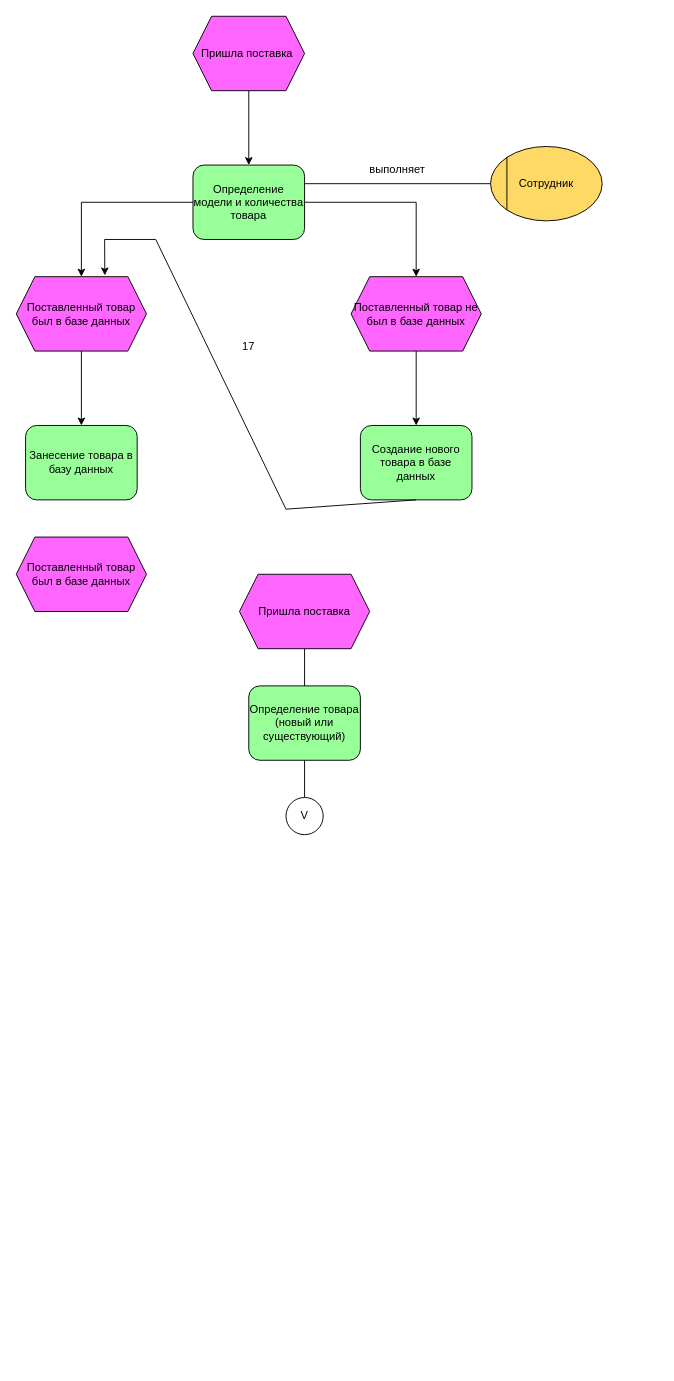
Before: Алгоритмическая модель.drawio in marsek4/ssp, a draw.io diagram. Source tidied: cells renumbered, new cells numbered last; positions are measured from the earlier drawing's top-left corner, leaving out a move shared by most shapes. Both pictures are drawn from the tidied source at 93%, with x=0, y=0 at pixel (16, 16).
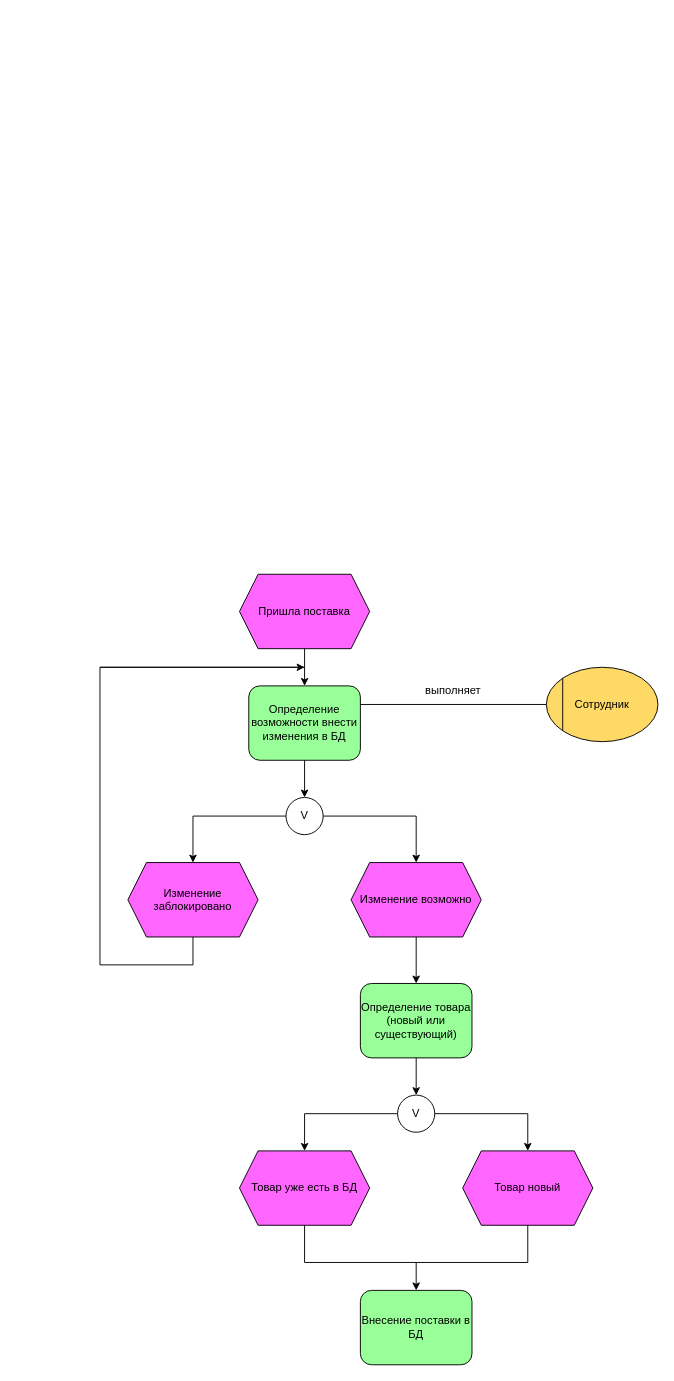
The same page after the edit.

What changed in the source:
```diff
@@
-    <mxCell id="2" value="Пришла поставка&amp;nbsp;" style="shape=hexagon;perimeter=hexagonPerimeter2;whiteSpace=wrap;html=1;fixedSize=1;fillColor=#FF66FF;strokeColor=#000000;" parent="1" vertex="1">
-      <mxGeometry x="190" width="120" height="80" as="geometry" />
-    </mxCell>
-    <mxCell id="3" style="endArrow=classic;html=1;rounded=0;exitX=0.5;exitY=1;exitDx=0;exitDy=0;" parent="1" edge="1" source="2">
-      <mxGeometry relative="1" as="geometry">
-        <mxPoint x="250" y="160" as="targetPoint" />
-      </mxGeometry>
-    </mxCell>
-    <mxCell id="4" value="Занесение товара в базу данных" style="rounded=1;whiteSpace=wrap;html=1;fillColor=#99FF99;" parent="1" vertex="1">
-      <mxGeometry x="10" y="440" width="120" height="80" as="geometry" />
-    </mxCell>
-    <mxCell id="5" value="Поставленный товар был в базе данных" style="shape=hexagon;perimeter=hexagonPerimeter2;whiteSpace=wrap;html=1;fixedSize=1;fillColor=#FF66FF;" parent="1" vertex="1">
-      <mxGeometry y="280" width="140" height="80" as="geometry" />
-    </mxCell>
-    <mxCell id="6" value="Определение модели и количества товара" style="rounded=1;whiteSpace=wrap;html=1;fillColor=#99FF99;" parent="1" vertex="1">
-      <mxGeometry x="190" y="160" width="120" height="80" as="geometry" />
-    </mxCell>
-    <mxCell id="7" style="endArrow=classic;html=1;rounded=0;entryX=0.5;entryY=0;entryDx=0;entryDy=0;exitX=0;exitY=0.5;exitDx=0;exitDy=0;" parent="1" edge="1" source="6" target="5">
-      <mxGeometry relative="1" as="geometry">
-        <Array as="points">
-          <mxPoint x="70" y="200" />
-        </Array>
-      </mxGeometry>
-    </mxCell>
-    <mxCell id="8" value="Поставленный товар не был в базе данных" style="shape=hexagon;perimeter=hexagonPerimeter2;whiteSpace=wrap;html=1;fixedSize=1;fillColor=#FF66FF;" parent="1" vertex="1">
-      <mxGeometry x="360" y="280" width="140" height="80" as="geometry" />
-    </mxCell>
-    <mxCell id="9" style="endArrow=classic;html=1;rounded=0;entryX=0.5;entryY=0;entryDx=0;entryDy=0;exitX=1;exitY=0.5;exitDx=0;exitDy=0;" parent="1" edge="1" source="6" target="8">
-      <mxGeometry relative="1" as="geometry">
-        <Array as="points">
-          <mxPoint x="430" y="200" />
-        </Array>
-      </mxGeometry>
-    </mxCell>
-    <mxCell id="10" style="endArrow=classic;html=1;rounded=0;exitX=0.5;exitY=1;exitDx=0;exitDy=0;entryX=0.5;entryY=0;entryDx=0;entryDy=0;" parent="1" edge="1" source="5" target="4">
-      <mxGeometry relative="1" as="geometry" />
-    </mxCell>
-    <mxCell id="11" value="Создание нового товара в базе данных" style="rounded=1;whiteSpace=wrap;html=1;fillColor=#99FF99;" parent="1" vertex="1">
-      <mxGeometry x="370" y="440" width="120" height="80" as="geometry" />
-    </mxCell>
-    <mxCell id="12" style="endArrow=classic;html=1;rounded=0;exitX=0.5;exitY=1;exitDx=0;exitDy=0;entryX=0.5;entryY=0;entryDx=0;entryDy=0;" parent="1" edge="1" source="8" target="11">
-      <mxGeometry relative="1" as="geometry" />
-    </mxCell>
+    <mxCell id="17" style="ellipse;whiteSpace=wrap;html=1;" parent="1" vertex="1">
+      <mxGeometry x="290" y="840" width="40" height="40" as="geometry" />
+    </mxCell>
+    <mxCell id="21" value="Пришла поставка" style="shape=hexagon;perimeter=hexagonPerimeter2;whiteSpace=wrap;html=1;fixedSize=1;fillColor=#FF66FF;" parent="1" vertex="1">
+      <mxGeometry x="240" y="600" width="140" height="80" as="geometry" />
+    </mxCell>
+    <mxCell id="22" value="Определение возможности внести изменения в БД" style="rounded=1;whiteSpace=wrap;html=1;fillColor=#99FF99;" parent="1" vertex="1">
+      <mxGeometry x="250" y="720" width="120" height="80" as="geometry" />
+    </mxCell>
+    <mxCell id="24" value="V" style="text;html=1;strokeColor=none;fillColor=none;align=center;verticalAlign=middle;whiteSpace=wrap;rounded=0;" parent="1" vertex="1">
+      <mxGeometry x="280" y="845" width="60" height="30" as="geometry" />
+    </mxCell>
+    <mxCell id="26" value="Определение товара&lt;br&gt;(новый или существующий)" style="rounded=1;whiteSpace=wrap;html=1;fillColor=#99FF99;" parent="1" vertex="1">
+      <mxGeometry x="370" y="1040" width="120" height="80" as="geometry" />
+    </mxCell>
+    <mxCell id="27" value="Изменение заблокировано" style="shape=hexagon;perimeter=hexagonPerimeter2;whiteSpace=wrap;html=1;fixedSize=1;fillColor=#FF66FF;" parent="1" vertex="1">
+      <mxGeometry x="120" y="910" width="140" height="80" as="geometry" />
+    </mxCell>
+    <mxCell id="28" value="Изменение возможно" style="shape=hexagon;perimeter=hexagonPerimeter2;whiteSpace=wrap;html=1;fixedSize=1;fillColor=#FF66FF;" parent="1" vertex="1">
+      <mxGeometry x="360" y="910" width="140" height="80" as="geometry" />
+    </mxCell>
+    <mxCell id="29" style="endArrow=none;html=1;rounded=0;exitX=0.5;exitY=1;exitDx=0;exitDy=0;" parent="1" edge="1" source="27">
+      <mxGeometry relative="1" as="geometry">
+        <mxPoint x="310" y="700" as="targetPoint" />
+        <Array as="points">
+          <mxPoint x="190" y="1020" />
+          <mxPoint x="90" y="1020" />
+          <mxPoint x="90" y="700" />
+        </Array>
+      </mxGeometry>
+    </mxCell>
+    <mxCell id="30" style="ellipse;whiteSpace=wrap;html=1;" parent="1" vertex="1">
+      <mxGeometry x="410" y="1160" width="40" height="40" as="geometry" />
+    </mxCell>
+    <mxCell id="31" value="V" style="text;html=1;strokeColor=none;fillColor=none;align=center;verticalAlign=middle;whiteSpace=wrap;rounded=0;" parent="1" vertex="1">
+      <mxGeometry x="400" y="1165" width="60" height="30" as="geometry" />
+    </mxCell>
+    <mxCell id="32" value="Товар новый" style="shape=hexagon;perimeter=hexagonPerimeter2;whiteSpace=wrap;html=1;fixedSize=1;fillColor=#FF66FF;" parent="1" vertex="1">
+      <mxGeometry x="480" y="1220" width="140" height="80" as="geometry" />
+    </mxCell>
+    <mxCell id="33" value="Товар уже есть в БД" style="shape=hexagon;perimeter=hexagonPerimeter2;whiteSpace=wrap;html=1;fixedSize=1;fillColor=#FF66FF;" parent="1" vertex="1">
+      <mxGeometry x="240" y="1220" width="140" height="80" as="geometry" />
+    </mxCell>
+    <mxCell id="34" style="endArrow=none;html=1;rounded=0;entryX=0.5;entryY=1;entryDx=0;entryDy=0;exitX=0.5;exitY=1;exitDx=0;exitDy=0;" parent="1" edge="1" source="33" target="32">
+      <mxGeometry relative="1" as="geometry">
+        <Array as="points">
+          <mxPoint x="310" y="1340" />
+          <mxPoint x="550" y="1340" />
+        </Array>
+      </mxGeometry>
+    </mxCell>
+    <mxCell id="35" value="Внесение поставки в БД" style="rounded=1;whiteSpace=wrap;html=1;fillColor=#99FF99;" parent="1" vertex="1">
+      <mxGeometry x="370" y="1370" width="120" height="80" as="geometry" />
+    </mxCell>
     <mxCell id="13" value="Сотрудник" style="ellipse;whiteSpace=wrap;html=1;fillColor=#FFD966;" parent="1" vertex="1">
-      <mxGeometry x="510" y="140" width="120" height="80" as="geometry" />
+      <mxGeometry x="570" y="700" width="120" height="80" as="geometry" />
     </mxCell>
@@
-    <mxCell id="15" style="endArrow=none;html=1;rounded=0;entryX=0;entryY=0.5;entryDx=0;entryDy=0;exitX=1;exitY=0.25;exitDx=0;exitDy=0;" parent="1" edge="1" source="6" target="13">
-      <mxGeometry relative="1" as="geometry" />
-    </mxCell>
+    <mxCell id="36" style="endArrow=none;html=1;rounded=0;entryX=0;entryY=0.5;entryDx=0;entryDy=0;exitX=1;exitY=0.25;exitDx=0;exitDy=0;" parent="1" edge="1" target="13">
+      <mxGeometry relative="1" as="geometry">
+        <mxPoint x="370" y="740" as="sourcePoint" />
+      </mxGeometry>
+    </mxCell>
     <mxCell id="16" value="выполняет" style="text;html=1;strokeColor=none;fillColor=none;align=center;verticalAlign=middle;whiteSpace=wrap;rounded=0;" parent="1" vertex="1">
-      <mxGeometry x="380" y="150" width="60" height="30" as="geometry" />
+      <mxGeometry x="440" y="710" width="60" height="30" as="geometry" />
     </mxCell>
-    <mxCell id="17" style="ellipse;whiteSpace=wrap;html=1;" parent="1" vertex="1">
-      <mxGeometry x="290" y="840" width="40" height="40" as="geometry" />
-    </mxCell>
-    <mxCell id="18" value="Поставленный товар был в базе данных" style="shape=hexagon;perimeter=hexagonPerimeter2;whiteSpace=wrap;html=1;fixedSize=1;fillColor=#FF66FF;" parent="1" vertex="1">
-      <mxGeometry y="560" width="140" height="80" as="geometry" />
-    </mxCell>
-    <mxCell id="19" style="endArrow=classic;html=1;rounded=0;entryX=0.68;entryY=-0.017;entryDx=0;entryDy=0;exitX=0.5;exitY=1;exitDx=0;exitDy=0;entryPerimeter=0;" parent="1" edge="1" source="11" target="5">
-      <mxGeometry relative="1" as="geometry">
-        <Array as="points">
-          <mxPoint x="290" y="530" />
-          <mxPoint x="150" y="240" />
-          <mxPoint x="95" y="240" />
-        </Array>
-      </mxGeometry>
-    </mxCell>
-    <mxCell id="20" value="17&lt;br&gt;" style="text;html=1;strokeColor=none;fillColor=none;align=center;verticalAlign=middle;whiteSpace=wrap;rounded=0;" parent="1" vertex="1">
-      <mxGeometry x="220" y="340" width="60" height="30" as="geometry" />
-    </mxCell>
-    <mxCell id="21" value="Пришла поставка" style="shape=hexagon;perimeter=hexagonPerimeter2;whiteSpace=wrap;html=1;fixedSize=1;fillColor=#FF66FF;" parent="1" vertex="1">
-      <mxGeometry x="240" y="600" width="140" height="80" as="geometry" />
-    </mxCell>
-    <mxCell id="22" value="Определение товара&lt;br&gt;(новый или существующий)" style="rounded=1;whiteSpace=wrap;html=1;fillColor=#99FF99;" parent="1" vertex="1">
-      <mxGeometry x="250" y="720" width="120" height="80" as="geometry" />
-    </mxCell>
-    <mxCell id="23" style="endArrow=none;html=1;rounded=0;entryX=0.5;entryY=1;entryDx=0;entryDy=0;exitX=0.5;exitY=0;exitDx=0;exitDy=0;" parent="1" edge="1" source="22" target="21">
-      <mxGeometry relative="1" as="geometry" />
-    </mxCell>
-    <mxCell id="24" value="V" style="text;html=1;strokeColor=none;fillColor=none;align=center;verticalAlign=middle;whiteSpace=wrap;rounded=0;" parent="1" vertex="1">
-      <mxGeometry x="280" y="845" width="60" height="30" as="geometry" />
-    </mxCell>
-    <mxCell id="25" style="endArrow=none;html=1;rounded=0;exitX=0.5;exitY=0;exitDx=0;exitDy=0;entryX=0.5;entryY=1;entryDx=0;entryDy=0;" parent="1" edge="1" source="17" target="22">
-      <mxGeometry relative="1" as="geometry" />
-    </mxCell>
+    <mxCell id="37" style="endArrow=classic;html=1;rounded=0;exitX=0.5;exitY=1;exitDx=0;exitDy=0;entryX=0.5;entryY=0;entryDx=0;entryDy=0;" parent="1" edge="1" source="21" target="22">
+      <mxGeometry relative="1" as="geometry" />
+    </mxCell>
+    <mxCell id="38" style="endArrow=classic;html=1;rounded=0;entryX=0.5;entryY=0;entryDx=0;entryDy=0;exitX=0.5;exitY=1;exitDx=0;exitDy=0;" parent="1" edge="1" source="22" target="17">
+      <mxGeometry relative="1" as="geometry" />
+    </mxCell>
+    <mxCell id="39" style="endArrow=classic;html=1;rounded=0;entryX=0.5;entryY=0;entryDx=0;entryDy=0;exitX=0.167;exitY=0.5;exitDx=0;exitDy=0;exitPerimeter=0;" parent="1" edge="1" source="24" target="27">
+      <mxGeometry relative="1" as="geometry">
+        <Array as="points">
+          <mxPoint x="190" y="860" />
+        </Array>
+      </mxGeometry>
+    </mxCell>
+    <mxCell id="40" style="endArrow=classic;html=1;rounded=0;entryX=0.5;entryY=0;entryDx=0;entryDy=0;" parent="1" edge="1" target="28">
+      <mxGeometry relative="1" as="geometry">
+        <mxPoint x="330" y="860" as="sourcePoint" />
+        <Array as="points">
+          <mxPoint x="430" y="860" />
+        </Array>
+      </mxGeometry>
+    </mxCell>
+    <mxCell id="41" style="endArrow=classic;html=1;rounded=0;" parent="1" edge="1">
+      <mxGeometry relative="1" as="geometry">
+        <mxPoint x="90" y="700" as="sourcePoint" />
+        <mxPoint x="310" y="700" as="targetPoint" />
+      </mxGeometry>
+    </mxCell>
+    <mxCell id="42" style="endArrow=classic;html=1;rounded=0;entryX=0.5;entryY=0;entryDx=0;entryDy=0;exitX=0.5;exitY=1;exitDx=0;exitDy=0;" parent="1" edge="1" source="28" target="26">
+      <mxGeometry relative="1" as="geometry" />
+    </mxCell>
+    <mxCell id="43" style="endArrow=classic;html=1;rounded=0;entryX=0.5;entryY=0;entryDx=0;entryDy=0;exitX=0.5;exitY=1;exitDx=0;exitDy=0;" parent="1" edge="1" source="26" target="30">
+      <mxGeometry relative="1" as="geometry" />
+    </mxCell>
+    <mxCell id="44" style="endArrow=classic;html=1;rounded=0;entryX=0.5;entryY=0;entryDx=0;entryDy=0;exitX=0.167;exitY=0.5;exitDx=0;exitDy=0;exitPerimeter=0;" parent="1" edge="1" source="31" target="33">
+      <mxGeometry relative="1" as="geometry">
+        <Array as="points">
+          <mxPoint x="310" y="1180" />
+        </Array>
+      </mxGeometry>
+    </mxCell>
+    <mxCell id="45" style="endArrow=classic;html=1;rounded=0;entryX=0.5;entryY=0;entryDx=0;entryDy=0;exitX=0.833;exitY=0.5;exitDx=0;exitDy=0;exitPerimeter=0;" parent="1" edge="1" source="31" target="32">
+      <mxGeometry relative="1" as="geometry">
+        <Array as="points">
+          <mxPoint x="550" y="1180" />
+        </Array>
+      </mxGeometry>
+    </mxCell>
+    <mxCell id="46" style="endArrow=classic;html=1;rounded=0;entryX=0.5;entryY=0;entryDx=0;entryDy=0;" parent="1" edge="1" target="35">
+      <mxGeometry relative="1" as="geometry">
+        <mxPoint x="430" y="1340" as="sourcePoint" />
+      </mxGeometry>
+    </mxCell>
```
